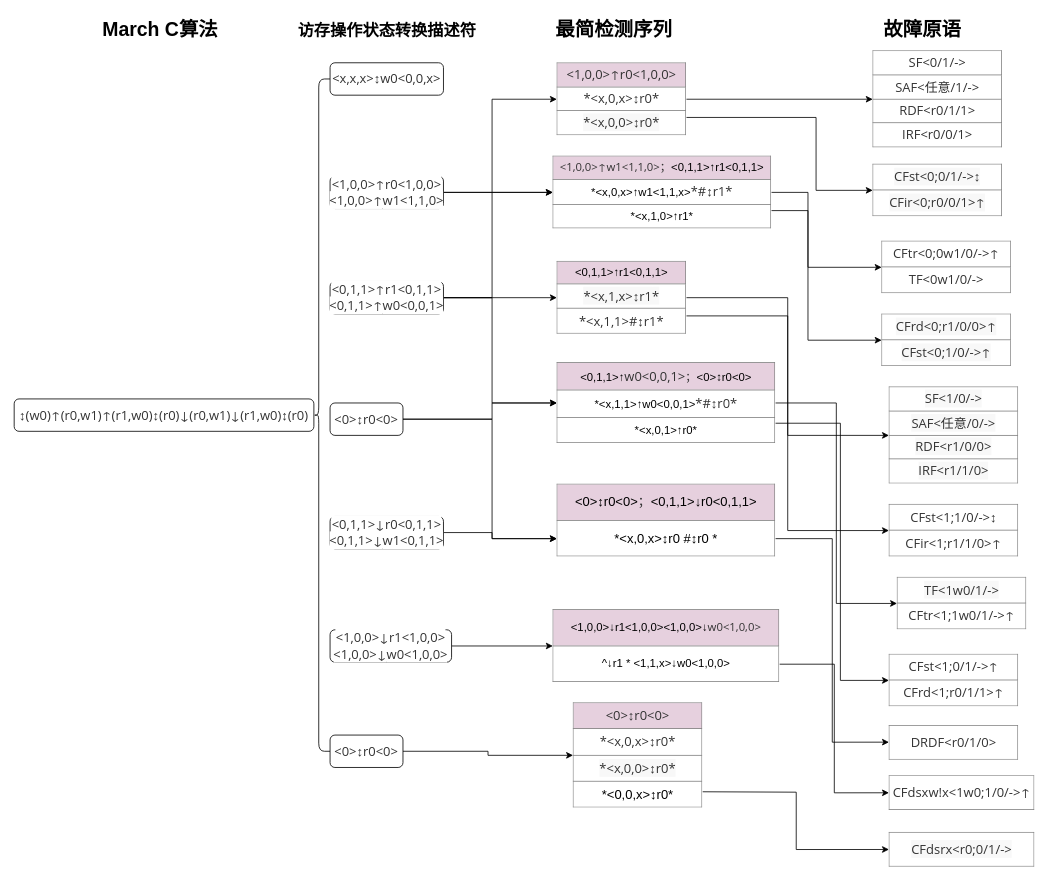
This is doc/march c检测故障.drawio from shanshan-lu/homwork, a draw.io file, before an edit. Source tidied: cells renumbered, new cells numbered last; positions are measured from the earlier drawing's top-left corner, leaving out a move shared by most shapes. Both pictures are drawn from the tidied source at 81%, with x=0, y=0 at pixel (14, 14).
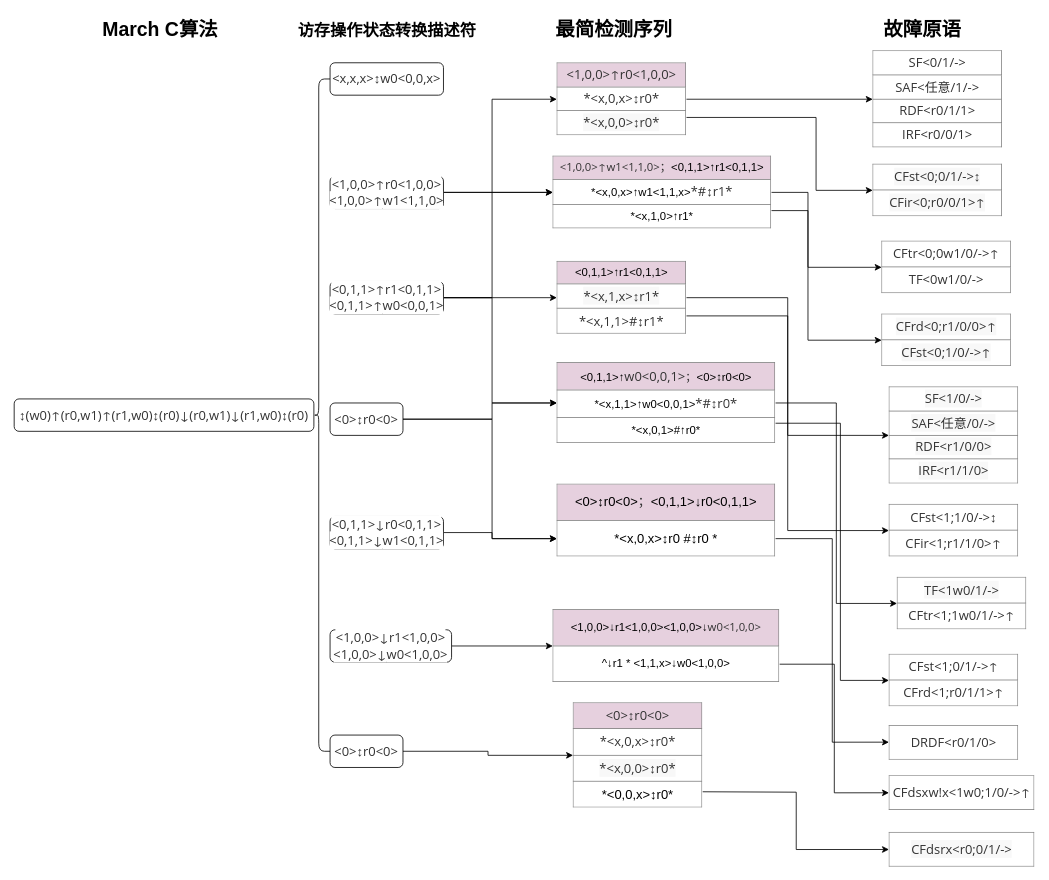
Above is the later version.

Commit message (it also covers changes not shown here):
更新march c检测故障.drawio

The edit, as a diff of the source:
```diff
@@
-    <mxCell id="15" value="&lt;table border=&quot;1&quot; width=&quot;100%&quot; height=&quot;100%&quot; cellpadding=&quot;4&quot; style=&quot;width: 100%; height: 100%; border-collapse: collapse; font-size: 14px;&quot;&gt;&lt;tbody&gt;&lt;tr&gt;&lt;th style=&quot;background-color: rgb(230, 208, 222);&quot; align=&quot;center&quot;&gt;&lt;font style=&quot;font-size: 14px;&quot;&gt;&lt;span style=&quot;font-weight: normal;&quot;&gt;&amp;lt;0,1,1&amp;gt;↑&lt;span style=&quot;color: rgb(51, 51, 51); font-family: &amp;quot;Open Sans&amp;quot;, &amp;quot;Clear Sans&amp;quot;, &amp;quot;Helvetica Neue&amp;quot;, Helvetica, Arial, sans-serif; font-size: 16px; orphans: 4; text-align: left;&quot;&gt;w0&amp;lt;0,0,1&amp;gt;&lt;/span&gt;&lt;/span&gt;&lt;span style=&quot;font-weight: 400; color: rgb(51, 51, 51); font-family: &amp;quot;Open Sans&amp;quot;, &amp;quot;Clear Sans&amp;quot;, &amp;quot;Helvetica Neue&amp;quot;, Helvetica, Arial, sans-serif; orphans: 4; text-align: left;&quot;&gt;；&lt;/span&gt;&lt;/font&gt;&lt;span style=&quot;font-weight: normal;&quot;&gt;&amp;lt;0&amp;gt;↕r0&amp;lt;0&amp;gt;&lt;/span&gt;&lt;br&gt;&lt;/th&gt;&lt;/tr&gt;&lt;tr&gt;&lt;td align=&quot;center&quot;&gt;*&amp;lt;x,1,1&amp;gt;↑w0&amp;lt;0,0,1&amp;gt;&lt;span style=&quot;box-sizing: border-box; color: rgb(51, 51, 51); font-family: &amp;quot;Open Sans&amp;quot;, &amp;quot;Clear Sans&amp;quot;, &amp;quot;Helvetica Neue&amp;quot;, Helvetica, Arial, sans-serif; font-size: 16px; text-align: left; background-color: rgb(255, 255, 255);&quot;&gt;*&lt;/span&gt;&lt;span style=&quot;box-sizing: border-box; color: rgb(51, 51, 51); font-family: &amp;quot;Open Sans&amp;quot;, &amp;quot;Clear Sans&amp;quot;, &amp;quot;Helvetica Neue&amp;quot;, Helvetica, Arial, sans-serif; font-size: 16px; text-align: left; background-color: rgb(255, 255, 255);&quot; class=&quot;md-plain&quot;&gt;#↕r0&lt;/span&gt;&lt;span style=&quot;box-sizing: border-box; color: rgb(51, 51, 51); font-family: &amp;quot;Open Sans&amp;quot;, &amp;quot;Clear Sans&amp;quot;, &amp;quot;Helvetica Neue&amp;quot;, Helvetica, Arial, sans-serif; font-size: 16px; text-align: left; background-color: rgb(255, 255, 255);&quot;&gt;*&lt;/span&gt;&lt;b&gt;&lt;br&gt;&lt;/b&gt;&lt;/td&gt;&lt;/tr&gt;&lt;tr&gt;&lt;td style=&quot;text-align: center;&quot;&gt;*&amp;lt;x,0,1&amp;gt;↑r0*&lt;br&gt;&lt;/td&gt;&lt;/tr&gt;&lt;/tbody&gt;&lt;/table&gt;" style="text;html=1;strokeColor=none;fillColor=none;overflow=fill;rounded=1;glass=0;arcSize=27;" parent="1" vertex="1">
+    <mxCell id="15" value="&lt;table border=&quot;1&quot; width=&quot;100%&quot; height=&quot;100%&quot; cellpadding=&quot;4&quot; style=&quot;width: 100%; height: 100%; border-collapse: collapse; font-size: 14px;&quot;&gt;&lt;tbody&gt;&lt;tr&gt;&lt;th style=&quot;background-color: rgb(230, 208, 222);&quot; align=&quot;center&quot;&gt;&lt;font style=&quot;font-size: 14px;&quot;&gt;&lt;span style=&quot;font-weight: normal;&quot;&gt;&amp;lt;0,1,1&amp;gt;↑&lt;span style=&quot;color: rgb(51, 51, 51); font-family: &amp;quot;Open Sans&amp;quot;, &amp;quot;Clear Sans&amp;quot;, &amp;quot;Helvetica Neue&amp;quot;, Helvetica, Arial, sans-serif; font-size: 16px; orphans: 4; text-align: left;&quot;&gt;w0&amp;lt;0,0,1&amp;gt;&lt;/span&gt;&lt;/span&gt;&lt;span style=&quot;font-weight: 400; color: rgb(51, 51, 51); font-family: &amp;quot;Open Sans&amp;quot;, &amp;quot;Clear Sans&amp;quot;, &amp;quot;Helvetica Neue&amp;quot;, Helvetica, Arial, sans-serif; orphans: 4; text-align: left;&quot;&gt;；&lt;/span&gt;&lt;/font&gt;&lt;span style=&quot;font-weight: normal;&quot;&gt;&amp;lt;0&amp;gt;↕r0&amp;lt;0&amp;gt;&lt;/span&gt;&lt;br&gt;&lt;/th&gt;&lt;/tr&gt;&lt;tr&gt;&lt;td align=&quot;center&quot;&gt;*&amp;lt;x,1,1&amp;gt;↑w0&amp;lt;0,0,1&amp;gt;&lt;span style=&quot;box-sizing: border-box; color: rgb(51, 51, 51); font-family: &amp;quot;Open Sans&amp;quot;, &amp;quot;Clear Sans&amp;quot;, &amp;quot;Helvetica Neue&amp;quot;, Helvetica, Arial, sans-serif; font-size: 16px; text-align: left; background-color: rgb(255, 255, 255);&quot;&gt;*&lt;/span&gt;&lt;span style=&quot;box-sizing: border-box; color: rgb(51, 51, 51); font-family: &amp;quot;Open Sans&amp;quot;, &amp;quot;Clear Sans&amp;quot;, &amp;quot;Helvetica Neue&amp;quot;, Helvetica, Arial, sans-serif; font-size: 16px; text-align: left; background-color: rgb(255, 255, 255);&quot; class=&quot;md-plain&quot;&gt;#↕r0&lt;/span&gt;&lt;span style=&quot;box-sizing: border-box; color: rgb(51, 51, 51); font-family: &amp;quot;Open Sans&amp;quot;, &amp;quot;Clear Sans&amp;quot;, &amp;quot;Helvetica Neue&amp;quot;, Helvetica, Arial, sans-serif; font-size: 16px; text-align: left; background-color: rgb(255, 255, 255);&quot;&gt;*&lt;/span&gt;&lt;b&gt;&lt;br&gt;&lt;/b&gt;&lt;/td&gt;&lt;/tr&gt;&lt;tr&gt;&lt;td style=&quot;text-align: center;&quot;&gt;*&amp;lt;x,0,1&amp;gt;#↑r0*&lt;br&gt;&lt;/td&gt;&lt;/tr&gt;&lt;/tbody&gt;&lt;/table&gt;" style="text;html=1;strokeColor=none;fillColor=none;overflow=fill;rounded=1;glass=0;arcSize=27;" parent="1" vertex="1">
       <mxGeometry x="670" y="430" width="270" height="100" as="geometry" />
     </mxCell>
```
